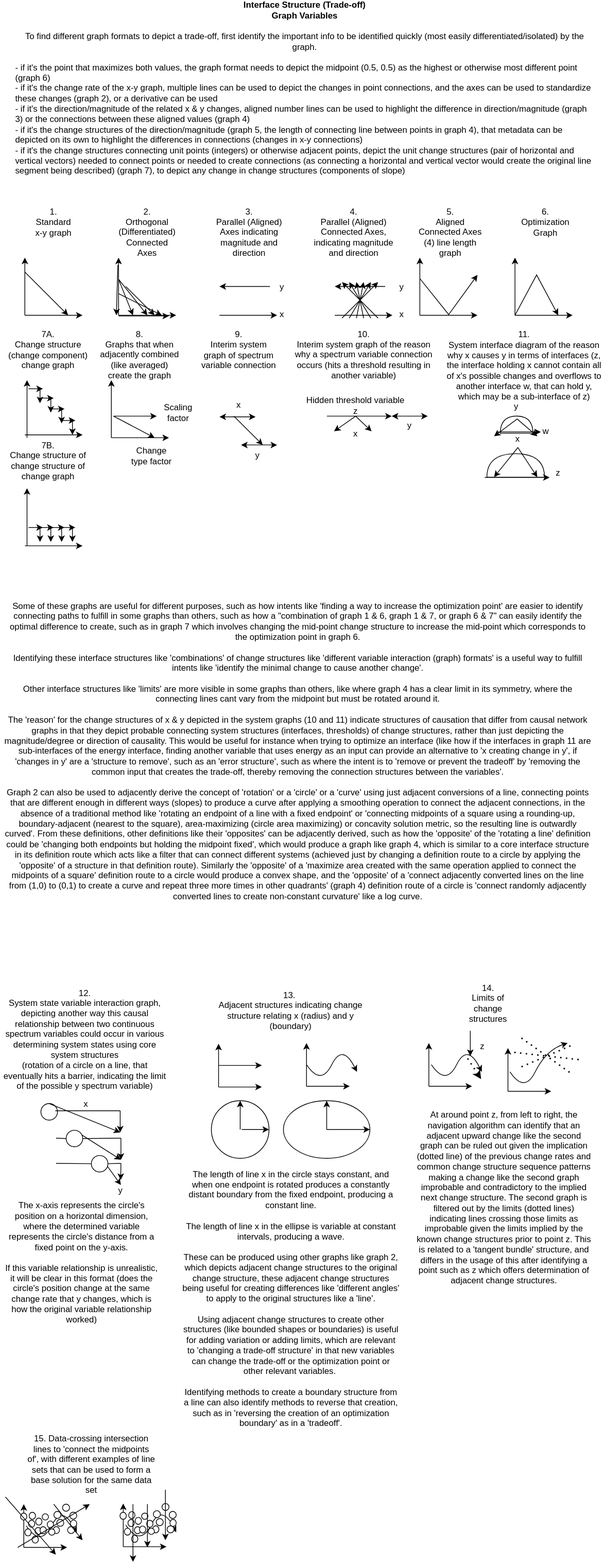
This is docs/objects/graph_variables.svg from outdreamer/build-a-cure, a draw.io export, as it was before one commit. Source tidied: cells renumbered, new cells last; positions are measured from the earlier drawing's top-left corner, leaving out a move shared by most shapes.
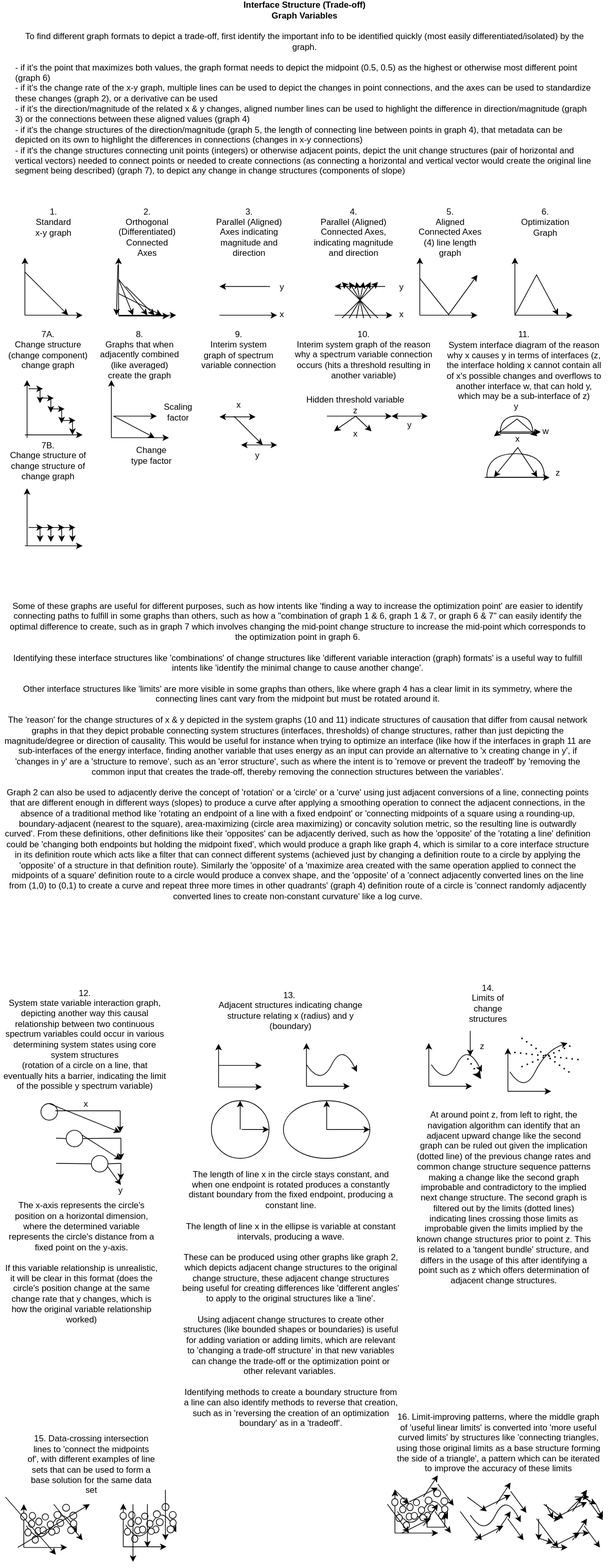
After the change.

The edit, as a diff of the source:
```diff
@@ -908,5 +908,301 @@
         <mxPoint x="226" y="2030" as="targetPoint" />
       </mxGeometry>
     </mxCell>
+    <mxCell id="189" style="endArrow=classic;html=1;rounded=0;" parent="1" edge="1">
+      <mxGeometry relative="1" as="geometry">
+        <mxPoint x="544.5" y="2020" as="sourcePoint" />
+        <mxPoint x="544.5" y="1960" as="targetPoint" />
+      </mxGeometry>
+    </mxCell>
+    <mxCell id="190" style="endArrow=classic;html=1;rounded=0;" parent="1" edge="1">
+      <mxGeometry relative="1" as="geometry">
+        <mxPoint x="544.5" y="2020" as="sourcePoint" />
+        <mxPoint x="604.5" y="2020" as="targetPoint" />
+      </mxGeometry>
+    </mxCell>
+    <mxCell id="191" style="curved=1;endArrow=classic;html=1;rounded=0;" parent="1" edge="1">
+      <mxGeometry relative="1" as="geometry">
+        <mxPoint x="548" y="1990" as="sourcePoint" />
+        <mxPoint x="618" y="2000" as="targetPoint" />
+        <Array as="points">
+          <mxPoint x="568" y="2020" />
+          <mxPoint x="598" y="1960" />
+        </Array>
+      </mxGeometry>
+    </mxCell>
+    <mxCell id="192" value="16. Limit-improving patterns, where the middle graph of 'useful linear limits' is converted into 'more useful curved limits' by structures like 'connecting triangles, using those original limits as a base structure forming the side of a triangle', a pattern which can be iterated to improve the accuracy of these limits" style="text;html=1;strokeColor=none;fillColor=none;align=center;verticalAlign=middle;whiteSpace=wrap;rounded=0;" parent="1" vertex="1">
+      <mxGeometry x="546" y="1880" width="285.2" height="30" as="geometry" />
+    </mxCell>
+    <mxCell id="193" style="ellipse;whiteSpace=wrap;html=1;" parent="1" vertex="1">
+      <mxGeometry x="598.2" y="1960" width="9.8" height="9.8" as="geometry" />
+    </mxCell>
+    <mxCell id="194" style="ellipse;whiteSpace=wrap;html=1;" parent="1" vertex="1">
+      <mxGeometry x="608.2" y="1971" width="9.8" height="9.8" as="geometry" />
+    </mxCell>
+    <mxCell id="195" style="ellipse;whiteSpace=wrap;html=1;" parent="1" vertex="1">
+      <mxGeometry x="590.2" y="1981" width="9.8" height="9.8" as="geometry" />
+    </mxCell>
+    <mxCell id="196" style="ellipse;whiteSpace=wrap;html=1;" parent="1" vertex="1">
+      <mxGeometry x="605.2" y="1991" width="9.8" height="9.8" as="geometry" />
+    </mxCell>
+    <mxCell id="197" style="ellipse;whiteSpace=wrap;html=1;" parent="1" vertex="1">
+      <mxGeometry x="585.2" y="1991" width="8.8" height="9.8" as="geometry" />
+    </mxCell>
+    <mxCell id="198" style="ellipse;whiteSpace=wrap;html=1;" parent="1" vertex="1">
+      <mxGeometry x="609.2" y="1982" width="8.8" height="9.8" as="geometry" />
+    </mxCell>
+    <mxCell id="199" style="ellipse;whiteSpace=wrap;html=1;" parent="1" vertex="1">
+      <mxGeometry x="540" y="1972.2" width="8.8" height="9.8" as="geometry" />
+    </mxCell>
+    <mxCell id="200" style="ellipse;whiteSpace=wrap;html=1;" parent="1" vertex="1">
+      <mxGeometry x="551" y="1982.2" width="8.8" height="9.8" as="geometry" />
+    </mxCell>
+    <mxCell id="201" style="edgeStyle=orthogonalEdgeStyle;rounded=0;jettySize=auto;html=1;" parent="1" edge="1" source="202" target="198">
+      <mxGeometry relative="1" as="geometry" />
+    </mxCell>
+    <mxCell id="202" style="ellipse;whiteSpace=wrap;html=1;" parent="1" vertex="1">
+      <mxGeometry x="560" y="1992.2" width="8.8" height="9.8" as="geometry" />
+    </mxCell>
+    <mxCell id="203" style="ellipse;whiteSpace=wrap;html=1;" parent="1" vertex="1">
+      <mxGeometry x="570" y="1973.2" width="8.8" height="8.8" as="geometry" />
+    </mxCell>
+    <mxCell id="204" style="ellipse;whiteSpace=wrap;html=1;" parent="1" vertex="1">
+      <mxGeometry x="579" y="1994.2" width="8.8" height="8.8" as="geometry" />
+    </mxCell>
+    <mxCell id="205" style="ellipse;whiteSpace=wrap;html=1;" parent="1" vertex="1">
+      <mxGeometry x="567" y="1991.2" width="8.8" height="9.8" as="geometry" />
+    </mxCell>
+    <mxCell id="206" style="ellipse;whiteSpace=wrap;html=1;" parent="1" vertex="1">
+      <mxGeometry x="577" y="1983.2" width="8.8" height="9.8" as="geometry" />
+    </mxCell>
+    <mxCell id="207" style="ellipse;whiteSpace=wrap;html=1;" parent="1" vertex="1">
+      <mxGeometry x="546" y="1994.2" width="8.8" height="9.8" as="geometry" />
+    </mxCell>
+    <mxCell id="208" style="ellipse;whiteSpace=wrap;html=1;" parent="1" vertex="1">
+      <mxGeometry x="586.2" y="1970" width="9.8" height="9.8" as="geometry" />
+    </mxCell>
+    <mxCell id="209" style="ellipse;whiteSpace=wrap;html=1;" parent="1" vertex="1">
+      <mxGeometry x="561" y="1979.2" width="8.8" height="9.8" as="geometry" />
+    </mxCell>
+    <mxCell id="210" style="ellipse;whiteSpace=wrap;html=1;" parent="1" vertex="1">
+      <mxGeometry x="552" y="1971.2" width="8.8" height="9.8" as="geometry" />
+    </mxCell>
+    <mxCell id="211" style="ellipse;whiteSpace=wrap;html=1;" parent="1" vertex="1">
+      <mxGeometry x="556" y="2004.2" width="8.8" height="9.8" as="geometry" />
+    </mxCell>
+    <mxCell id="212" style="endArrow=classic;html=1;rounded=0;" parent="1" edge="1">
+      <mxGeometry relative="1" as="geometry">
+        <mxPoint x="534" y="1980" as="sourcePoint" />
+        <mxPoint x="564" y="2020" as="targetPoint" />
+      </mxGeometry>
+    </mxCell>
+    <mxCell id="213" style="endArrow=classic;html=1;rounded=0;" parent="1" edge="1">
+      <mxGeometry relative="1" as="geometry">
+        <mxPoint x="554" y="2020" as="sourcePoint" />
+        <mxPoint x="594" y="2000" as="targetPoint" />
+      </mxGeometry>
+    </mxCell>
+    <mxCell id="214" style="endArrow=classic;html=1;rounded=0;" parent="1" edge="1">
+      <mxGeometry relative="1" as="geometry">
+        <mxPoint x="600" y="1990" as="sourcePoint" />
+        <mxPoint x="622" y="2020" as="targetPoint" />
+      </mxGeometry>
+    </mxCell>
+    <mxCell id="215" style="endArrow=classic;html=1;rounded=0;" parent="1" edge="1">
+      <mxGeometry relative="1" as="geometry">
+        <mxPoint x="584" y="2010" as="sourcePoint" />
+        <mxPoint x="604" y="1980" as="targetPoint" />
+      </mxGeometry>
+    </mxCell>
+    <mxCell id="216" style="endArrow=classic;html=1;rounded=0;" parent="1" edge="1">
+      <mxGeometry relative="1" as="geometry">
+        <mxPoint x="604" y="1952" as="sourcePoint" />
+        <mxPoint x="626" y="1982" as="targetPoint" />
+      </mxGeometry>
+    </mxCell>
+    <mxCell id="217" style="endArrow=classic;html=1;rounded=0;" parent="1" edge="1">
+      <mxGeometry relative="1" as="geometry">
+        <mxPoint x="584" y="1970" as="sourcePoint" />
+        <mxPoint x="604" y="1940" as="targetPoint" />
+      </mxGeometry>
+    </mxCell>
+    <mxCell id="218" style="endArrow=classic;html=1;rounded=0;" parent="1" edge="1">
+      <mxGeometry relative="1" as="geometry">
+        <mxPoint x="564" y="1977" as="sourcePoint" />
+        <mxPoint x="604" y="1957" as="targetPoint" />
+      </mxGeometry>
+    </mxCell>
+    <mxCell id="219" style="endArrow=classic;html=1;rounded=0;" parent="1" edge="1">
+      <mxGeometry relative="1" as="geometry">
+        <mxPoint x="544" y="1960" as="sourcePoint" />
+        <mxPoint x="564" y="1980" as="targetPoint" />
+      </mxGeometry>
+    </mxCell>
+    <mxCell id="220" style="curved=1;endArrow=classic;html=1;rounded=0;" parent="1" edge="1">
+      <mxGeometry relative="1" as="geometry">
+        <mxPoint x="649" y="1995" as="sourcePoint" />
+        <mxPoint x="719" y="2005" as="targetPoint" />
+        <Array as="points">
+          <mxPoint x="669" y="2025" />
+          <mxPoint x="699" y="1965" />
+        </Array>
+      </mxGeometry>
+    </mxCell>
+    <mxCell id="221" style="endArrow=classic;html=1;rounded=0;" parent="1" edge="1">
+      <mxGeometry relative="1" as="geometry">
+        <mxPoint x="635" y="1990" as="sourcePoint" />
+        <mxPoint x="665" y="2030" as="targetPoint" />
+      </mxGeometry>
+    </mxCell>
+    <mxCell id="222" style="endArrow=classic;html=1;rounded=0;" parent="1" edge="1">
+      <mxGeometry relative="1" as="geometry">
+        <mxPoint x="655" y="2030" as="sourcePoint" />
+        <mxPoint x="695" y="2010" as="targetPoint" />
+      </mxGeometry>
+    </mxCell>
+    <mxCell id="223" style="endArrow=classic;html=1;rounded=0;" parent="1" edge="1">
+      <mxGeometry relative="1" as="geometry">
+        <mxPoint x="701" y="2000" as="sourcePoint" />
+        <mxPoint x="723" y="2030" as="targetPoint" />
+      </mxGeometry>
+    </mxCell>
+    <mxCell id="224" style="endArrow=classic;html=1;rounded=0;" parent="1" edge="1">
+      <mxGeometry relative="1" as="geometry">
+        <mxPoint x="685" y="2020" as="sourcePoint" />
+        <mxPoint x="705" y="1990" as="targetPoint" />
+      </mxGeometry>
+    </mxCell>
+    <mxCell id="225" style="endArrow=classic;html=1;rounded=0;" parent="1" edge="1">
+      <mxGeometry relative="1" as="geometry">
+        <mxPoint x="705" y="1962" as="sourcePoint" />
+        <mxPoint x="727" y="1992" as="targetPoint" />
+      </mxGeometry>
+    </mxCell>
+    <mxCell id="226" style="endArrow=classic;html=1;rounded=0;" parent="1" edge="1">
+      <mxGeometry relative="1" as="geometry">
+        <mxPoint x="685" y="1980" as="sourcePoint" />
+        <mxPoint x="705" y="1950" as="targetPoint" />
+      </mxGeometry>
+    </mxCell>
+    <mxCell id="227" style="endArrow=classic;html=1;rounded=0;" parent="1" edge="1">
+      <mxGeometry relative="1" as="geometry">
+        <mxPoint x="665" y="1987" as="sourcePoint" />
+        <mxPoint x="705" y="1967" as="targetPoint" />
+      </mxGeometry>
+    </mxCell>
+    <mxCell id="228" style="endArrow=classic;html=1;rounded=0;" parent="1" edge="1">
+      <mxGeometry relative="1" as="geometry">
+        <mxPoint x="645" y="1970" as="sourcePoint" />
+        <mxPoint x="672" y="1990" as="targetPoint" />
+      </mxGeometry>
+    </mxCell>
+    <mxCell id="229" style="endArrow=classic;html=1;rounded=0;" parent="1" edge="1">
+      <mxGeometry relative="1" as="geometry">
+        <mxPoint x="741" y="2000" as="sourcePoint" />
+        <mxPoint x="771" y="2040" as="targetPoint" />
+      </mxGeometry>
+    </mxCell>
+    <mxCell id="230" style="endArrow=classic;html=1;rounded=0;" parent="1" edge="1">
+      <mxGeometry relative="1" as="geometry">
+        <mxPoint x="761" y="2040" as="sourcePoint" />
+        <mxPoint x="801" y="2020" as="targetPoint" />
+      </mxGeometry>
+    </mxCell>
+    <mxCell id="231" style="endArrow=classic;html=1;rounded=0;" parent="1" edge="1">
+      <mxGeometry relative="1" as="geometry">
+        <mxPoint x="807" y="2010" as="sourcePoint" />
+        <mxPoint x="829" y="2040" as="targetPoint" />
+      </mxGeometry>
+    </mxCell>
+    <mxCell id="232" style="endArrow=classic;html=1;rounded=0;" parent="1" edge="1">
+      <mxGeometry relative="1" as="geometry">
+        <mxPoint x="791" y="2030" as="sourcePoint" />
+        <mxPoint x="811" y="2000" as="targetPoint" />
+      </mxGeometry>
+    </mxCell>
+    <mxCell id="233" style="endArrow=classic;html=1;rounded=0;" parent="1" edge="1">
+      <mxGeometry relative="1" as="geometry">
+        <mxPoint x="811" y="1972" as="sourcePoint" />
+        <mxPoint x="833" y="2002" as="targetPoint" />
+      </mxGeometry>
+    </mxCell>
+    <mxCell id="234" style="endArrow=classic;html=1;rounded=0;" parent="1" edge="1">
+      <mxGeometry relative="1" as="geometry">
+        <mxPoint x="791" y="1990" as="sourcePoint" />
+        <mxPoint x="811" y="1960" as="targetPoint" />
+      </mxGeometry>
+    </mxCell>
+    <mxCell id="235" style="endArrow=classic;html=1;rounded=0;" parent="1" edge="1">
+      <mxGeometry relative="1" as="geometry">
+        <mxPoint x="771" y="1997" as="sourcePoint" />
+        <mxPoint x="811" y="1977" as="targetPoint" />
+      </mxGeometry>
+    </mxCell>
+    <mxCell id="236" style="endArrow=classic;html=1;rounded=0;" parent="1" edge="1">
+      <mxGeometry relative="1" as="geometry">
+        <mxPoint x="751" y="1980" as="sourcePoint" />
+        <mxPoint x="778" y="2000" as="targetPoint" />
+      </mxGeometry>
+    </mxCell>
+    <mxCell id="237" style="endArrow=classic;html=1;rounded=0;" parent="1" edge="1">
+      <mxGeometry relative="1" as="geometry">
+        <mxPoint x="754" y="1980" as="sourcePoint" />
+        <mxPoint x="764" y="2000" as="targetPoint" />
+      </mxGeometry>
+    </mxCell>
+    <mxCell id="238" style="endArrow=classic;html=1;rounded=0;" parent="1" edge="1">
+      <mxGeometry relative="1" as="geometry">
+        <mxPoint x="764" y="2000" as="sourcePoint" />
+        <mxPoint x="774" y="2000" as="targetPoint" />
+      </mxGeometry>
+    </mxCell>
+    <mxCell id="239" style="endArrow=classic;html=1;rounded=0;" parent="1" edge="1">
+      <mxGeometry relative="1" as="geometry">
+        <mxPoint x="784" y="1990" as="sourcePoint" />
+        <mxPoint x="804" y="1970" as="targetPoint" />
+      </mxGeometry>
+    </mxCell>
+    <mxCell id="240" style="endArrow=classic;html=1;rounded=0;" parent="1" edge="1">
+      <mxGeometry relative="1" as="geometry">
+        <mxPoint x="794" y="1970" as="sourcePoint" />
+        <mxPoint x="814" y="1970" as="targetPoint" />
+      </mxGeometry>
+    </mxCell>
+    <mxCell id="241" style="endArrow=classic;html=1;rounded=0;" parent="1" edge="1">
+      <mxGeometry relative="1" as="geometry">
+        <mxPoint x="804" y="1970" as="sourcePoint" />
+        <mxPoint x="824" y="1980" as="targetPoint" />
+      </mxGeometry>
+    </mxCell>
+    <mxCell id="242" style="endArrow=classic;html=1;rounded=0;" parent="1" edge="1">
+      <mxGeometry relative="1" as="geometry">
+        <mxPoint x="823" y="1979" as="sourcePoint" />
+        <mxPoint x="833" y="1999" as="targetPoint" />
+      </mxGeometry>
+    </mxCell>
+    <mxCell id="243" style="endArrow=classic;html=1;rounded=0;" parent="1" edge="1">
+      <mxGeometry relative="1" as="geometry">
+        <mxPoint x="744" y="2000" as="sourcePoint" />
+        <mxPoint x="744" y="2030" as="targetPoint" />
+      </mxGeometry>
+    </mxCell>
+    <mxCell id="244" style="endArrow=classic;html=1;rounded=0;" parent="1" edge="1">
+      <mxGeometry relative="1" as="geometry">
+        <mxPoint x="744" y="2027" as="sourcePoint" />
+        <mxPoint x="764" y="2034" as="targetPoint" />
+      </mxGeometry>
+    </mxCell>
+    <mxCell id="245" style="endArrow=classic;html=1;rounded=0;" parent="1" edge="1">
+      <mxGeometry relative="1" as="geometry">
+        <mxPoint x="764" y="2040" as="sourcePoint" />
+        <mxPoint x="784" y="2040" as="targetPoint" />
+      </mxGeometry>
+    </mxCell>
+    <mxCell id="246" style="endArrow=classic;html=1;rounded=0;" parent="1" edge="1">
+      <mxGeometry relative="1" as="geometry">
+        <mxPoint x="794" y="2020" as="sourcePoint" />
+        <mxPoint x="814" y="2020" as="targetPoint" />
+      </mxGeometry>
+    </mxCell>
   </root>
 </mxGraphModel>
```
